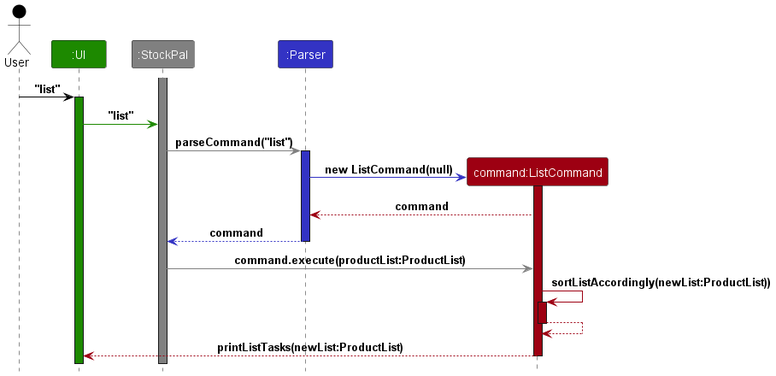
The PlantUML diagram docs/images/ListCommandSequence.png in nus-cs2113-AY2324S2/tp, before a commit. Its source is kept beside it as docs/diagrams/ListCommandSequence.puml.
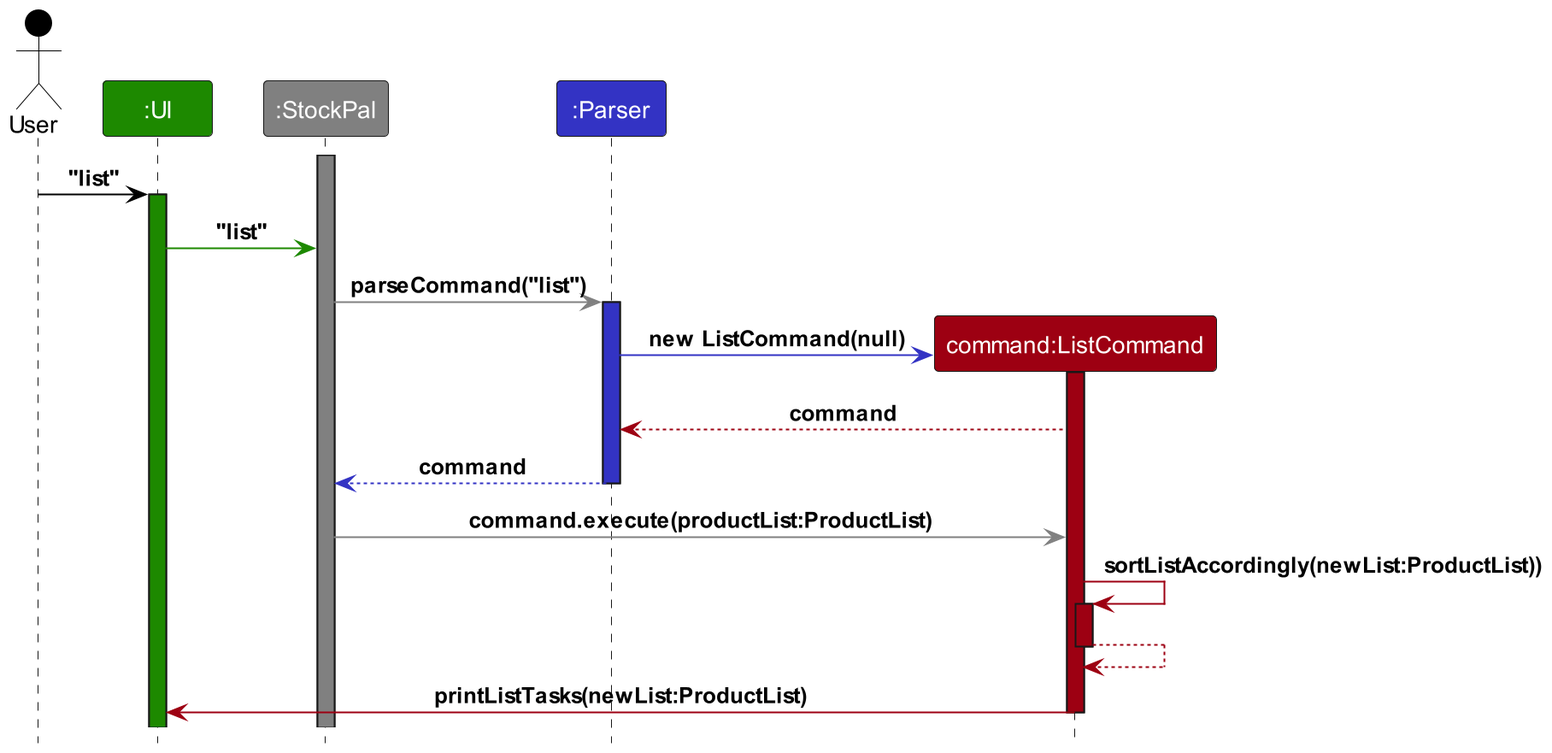
The same diagram one commit later.

Commit message:
Fix return arrow

The edit, as a diff of the source:
```diff
@@ -31,7 +31,7 @@
 commands --[COMMANDS_COLOR]> commands
 deactivate commands
 
-commands --[COMMANDS_COLOR]> ui : printListTasks(newList:ProductList)
+commands -[COMMANDS_COLOR]> ui : printListTasks(newList:ProductList)
 deactivate commands
 
 @enduml
```
